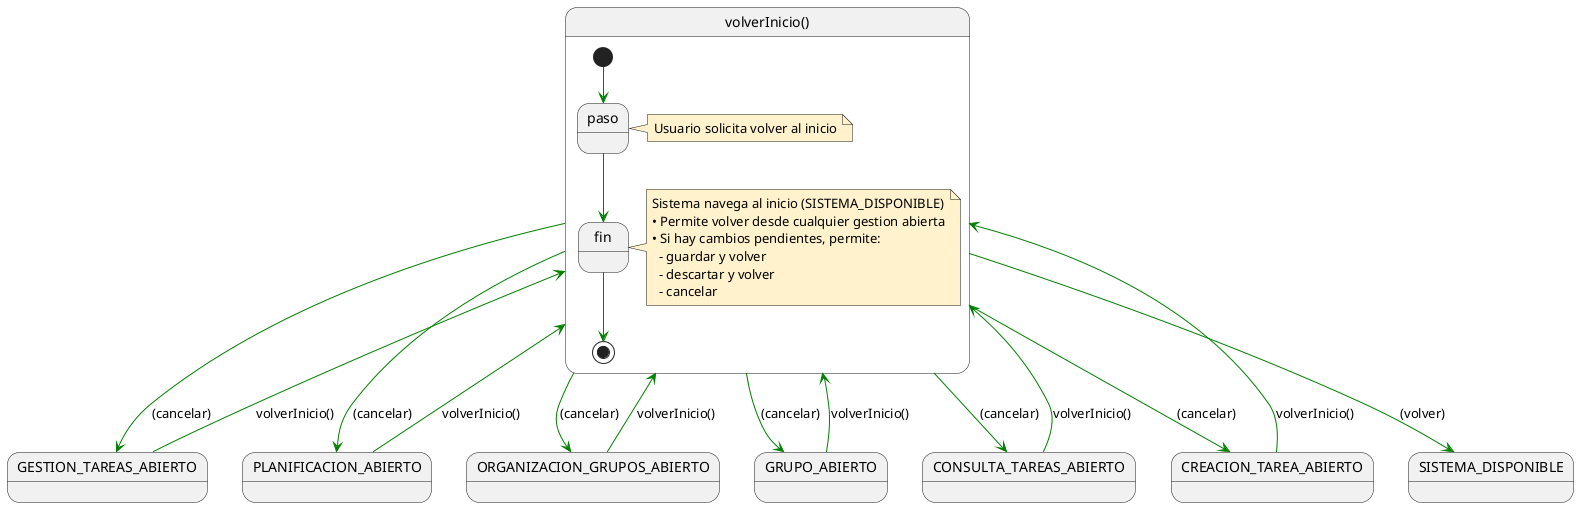
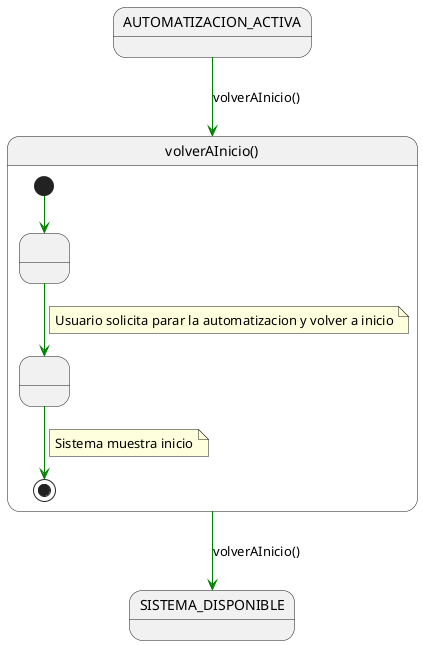
- @startuml volverInicio
+ @startuml volverAInicio
top to bottom direction
skinparam classAttributeIconSize 0
skinparam ArrowColor Green

+ state "AUTOMATIZACION_ACTIVA" as AUTOMATIZACION_ACTIVA
state "SISTEMA_DISPONIBLE" as SISTEMA_DISPONIBLE
- state "GESTION_TAREAS_ABIERTO" as GESTION_TAREAS_ABIERTO
- state "PLANIFICACION_ABIERTO" as PLANIFICACION_ABIERTO
- state "ORGANIZACION_GRUPOS_ABIERTO" as ORGANIZACION_GRUPOS_ABIERTO
- state "GRUPO_ABIERTO" as GRUPO_ABIERTO
- state "CONSULTA_TAREAS_ABIERTO" as CONSULTA_TAREAS_ABIERTO
- state "CREACION_TAREA_ABIERTO" as CREACION_TAREA_ABIERTO

- state "volverInicio()" as volverInicio {
-   [*] --> paso
+ state "volverAInicio()" as UC {

-   note right #FFF2CC
-   Usuario solicita volver al inicio
+   [*] --> N1
+ 
+   state " " as N1
+   state " " as N2
+ 
+   N1 --> N2
+   note on link
+   Usuario solicita parar la automatizacion y volver a inicio
  end note

-   paso --> fin
- 
-   note right #FFF2CC
-   Sistema navega al inicio (SISTEMA_DISPONIBLE)
-   • Permite volver desde cualquier gestion abierta
-   • Si hay cambios pendientes, permite:
-     - guardar y volver
-     - descartar y volver
-     - cancelar
+   N2 --> [*]
+   note on link
+   Sistema muestra inicio
  end note
- 
-   fin --> [*]
}

- GESTION_TAREAS_ABIERTO --> volverInicio : volverInicio()
- PLANIFICACION_ABIERTO --> volverInicio : volverInicio()
- ORGANIZACION_GRUPOS_ABIERTO --> volverInicio : volverInicio()
- GRUPO_ABIERTO --> volverInicio : volverInicio()
- CONSULTA_TAREAS_ABIERTO --> volverInicio : volverInicio()
- CREACION_TAREA_ABIERTO --> volverInicio : volverInicio()
- 
- volverInicio --> SISTEMA_DISPONIBLE : (volver)
- volverInicio --> GESTION_TAREAS_ABIERTO : (cancelar)
- volverInicio --> PLANIFICACION_ABIERTO : (cancelar)
- volverInicio --> ORGANIZACION_GRUPOS_ABIERTO : (cancelar)
- volverInicio --> GRUPO_ABIERTO : (cancelar)
- volverInicio --> CONSULTA_TAREAS_ABIERTO : (cancelar)
- volverInicio --> CREACION_TAREA_ABIERTO : (cancelar)
+ AUTOMATIZACION_ACTIVA --> UC : volverAInicio()
+ UC --> SISTEMA_DISPONIBLE : volverAInicio()

@enduml
